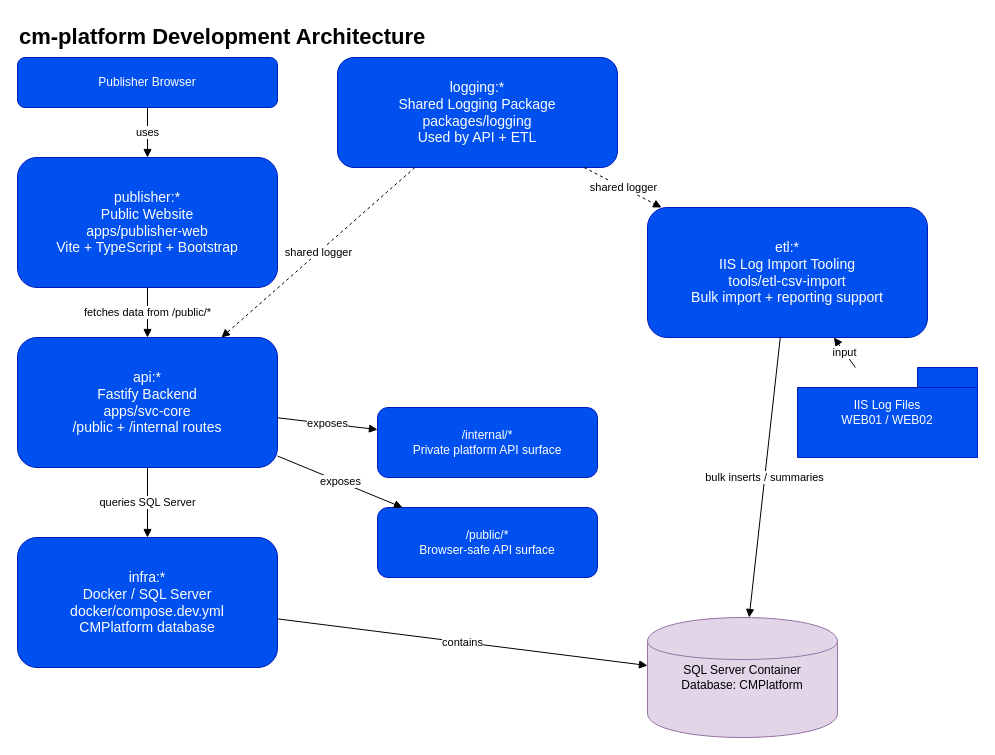
This is docs/architecture.drawio from JohnClydeMastersA2/cm-platform, a draw.io file, before an edit. Source tidied: cells renumbered, new cells numbered last; positions are measured from the earlier drawing's top-left corner, leaving out a move shared by most shapes. Both pictures are drawn from the tidied source at 100%, with x=0, y=0 at pixel (17, 17).
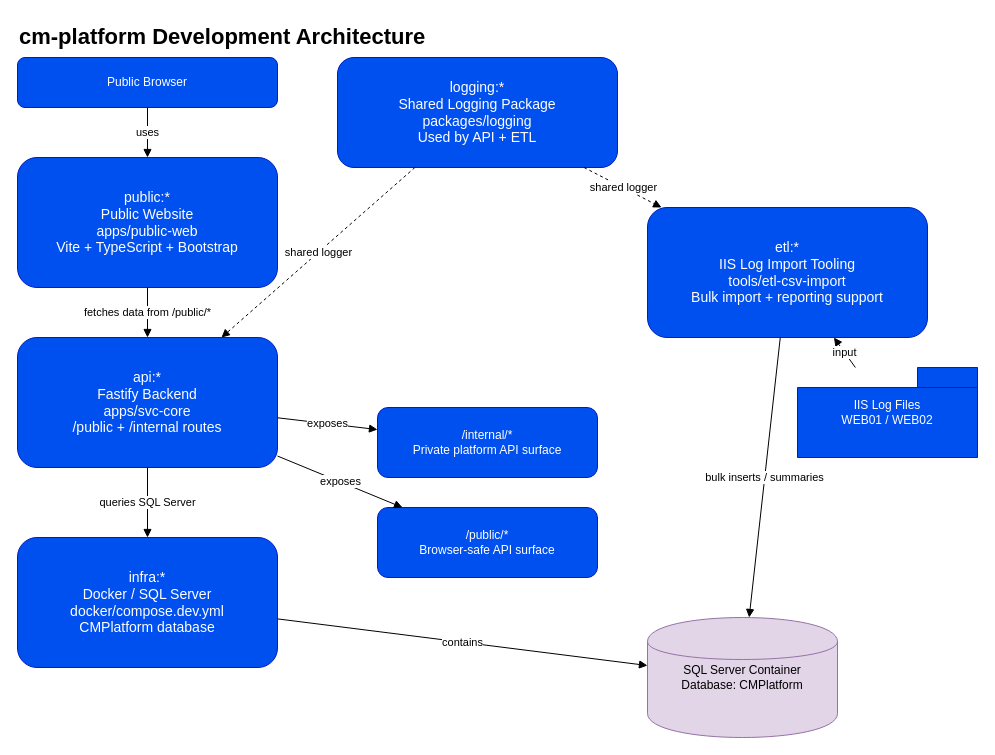
After the change.

Diff of the diagram source:
```diff
@@
-    <mxCell id="3" value="publisher:*&#10;Public Website&#10;apps/publisher-web&#10;Vite + TypeScript + Bootstrap" style="rounded=1;whiteSpace=wrap;html=1;fillColor=#0050ef;strokeColor=#001DBC;fontSize=14;fontColor=#ffffff;" parent="1" vertex="1">
+    <mxCell id="3" value="public:*&#10;Public Website&#10;apps/public-web&#10;Vite + TypeScript + Bootstrap" style="rounded=1;whiteSpace=wrap;html=1;fillColor=#0050ef;strokeColor=#001DBC;fontSize=14;fontColor=#ffffff;" parent="1" vertex="1">
       <mxGeometry y="140" width="260" height="130" as="geometry" />
     </mxCell>
@@
-    <mxCell id="8" value="Publisher Browser" style="shape=rectangle;rounded=1;whiteSpace=wrap;html=1;fillColor=#0050ef;strokeColor=#001DBC;fontColor=#ffffff;" parent="1" vertex="1">
+    <mxCell id="8" value="Public Browser" style="shape=rectangle;rounded=1;whiteSpace=wrap;html=1;fillColor=#0050ef;strokeColor=#001DBC;fontColor=#ffffff;" parent="1" vertex="1">
       <mxGeometry y="40" width="260" height="50" as="geometry" />
     </mxCell>
```
